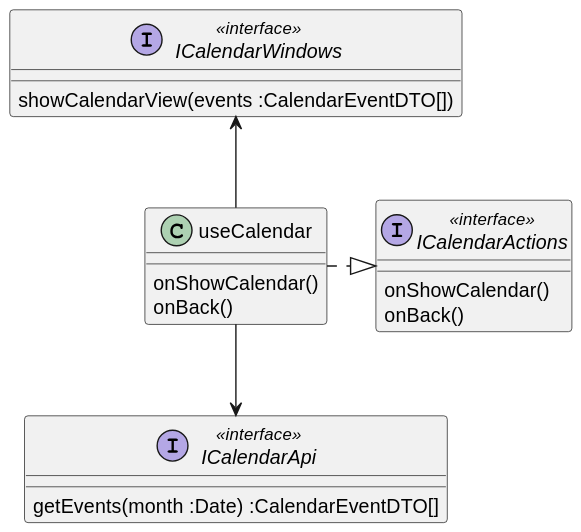
Igor-Ochocki/POP-2026Z keeps this PlantUML diagram as diagrams/frontend/rendered/calendar-presenter.svg. Above is the earlier version.
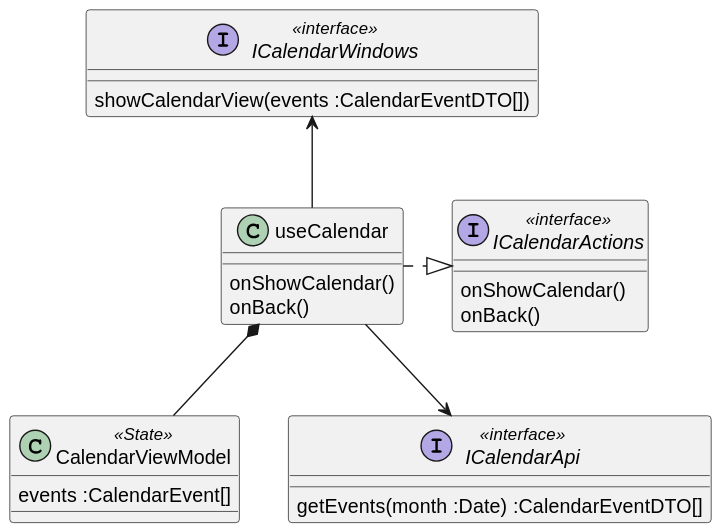
Above is the later version.

Commit message:
PU1/fe: diagram ze stanem

Change to the diagram source:
```diff
@@ -2,6 +2,10 @@
 class useCalendar {
 onShowCalendar()
 onBack()
+}
+
+class CalendarViewModel <<State>> {
+events :CalendarEvent[]
 }
 
 interface ICalendarActions <<interface>> {
@@ -10,6 +14,7 @@
 }
 
 useCalendar .|> ICalendarActions
+useCalendar *-- CalendarViewModel
 
 useCalendar --> ICalendarApi
 useCalendar -u-> ICalendarWindows
```
